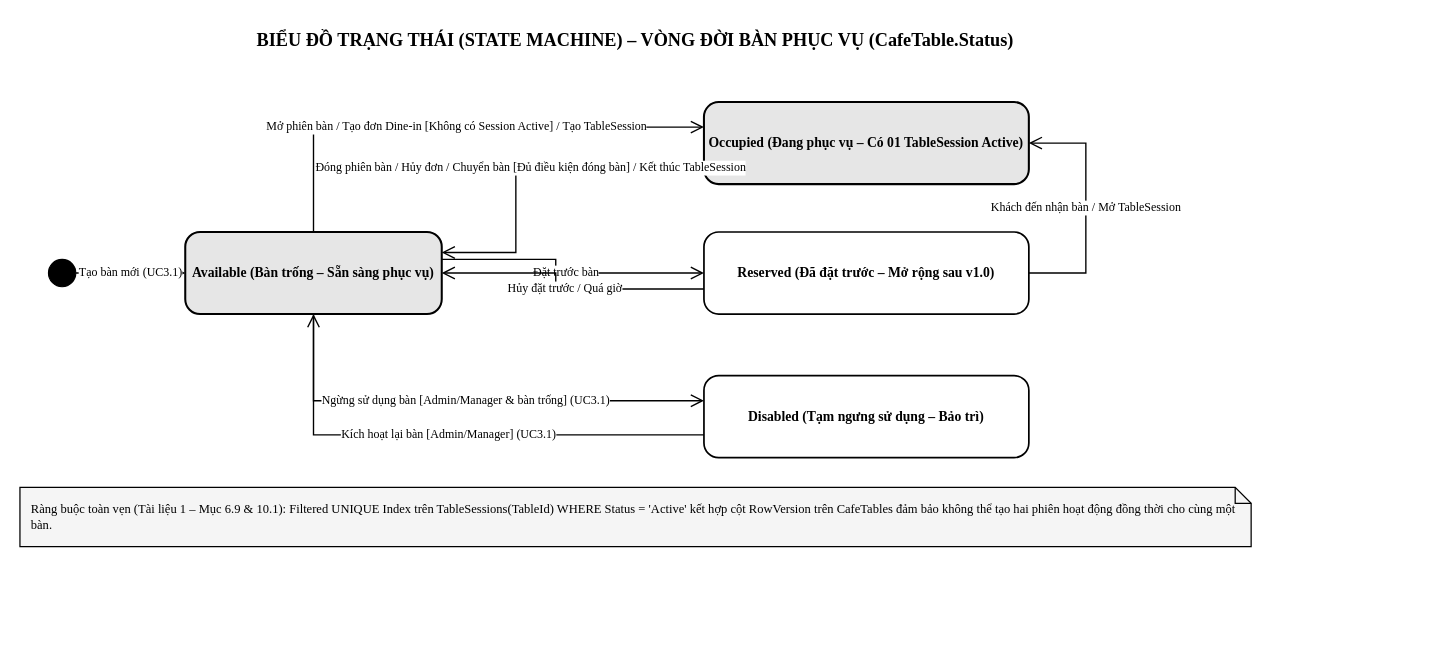
The draw.io diagram BaoCao_BearCafe/diagrams/24_State_CafeTable.drawio in Storqh/CNPM, before the edit. Source tidied: cells renumbered, new cells numbered last; positions are measured from the earlier drawing's top-left corner, leaving out a move shared by most shapes. Both pictures are drawn from the tidied source at 114%, with x=0, y=0 at pixel (19, 19).
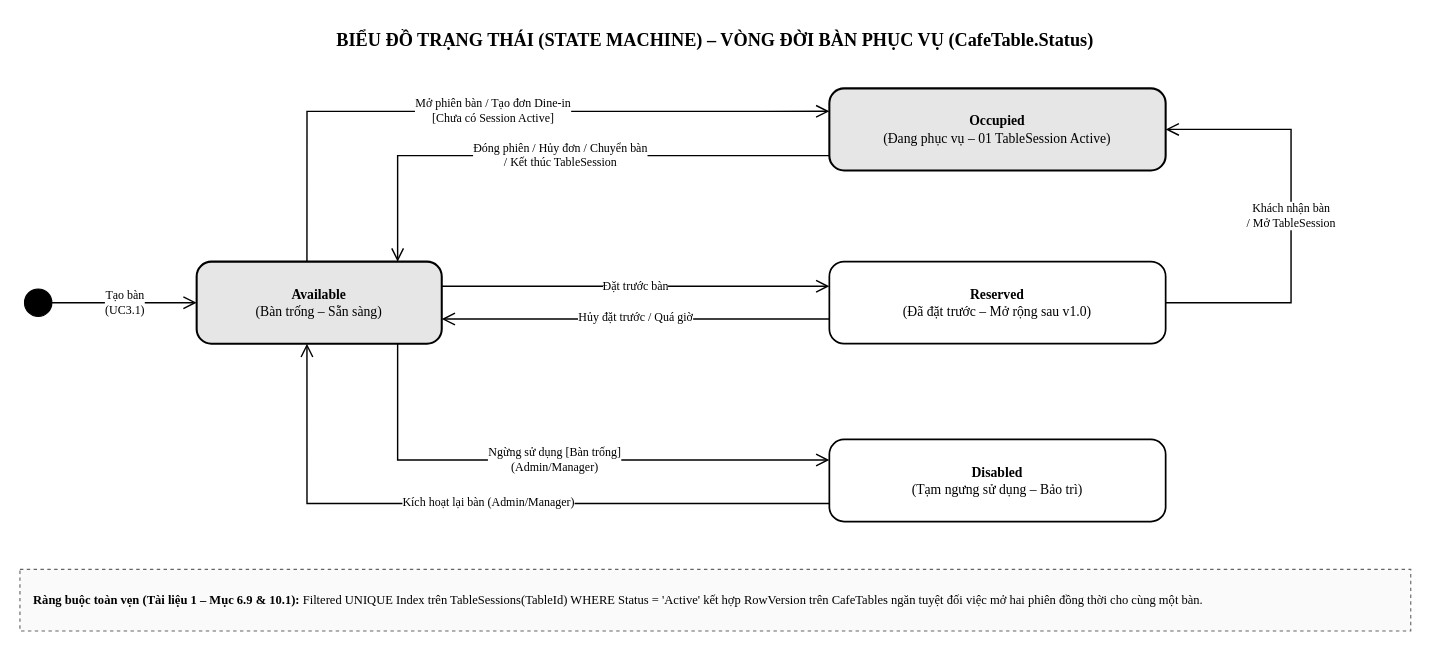
The same page after the edit.

Diff of the diagram source:
```diff
@@
     <mxCell id="2" value="BIỂU ĐỒ TRẠNG THÁI (STATE MACHINE) – VÒNG ĐỜI BÀN PHỤC VỤ (CafeTable.Status)" style="text;html=1;strokeColor=none;fillColor=none;align=center;verticalAlign=middle;whiteSpace=wrap;fontFamily=Times New Roman;fontSize=16;fontStyle=1;fontColor=#000000;" parent="1" vertex="1">
-      <mxGeometry width="1080" height="34" as="geometry" />
+      <mxGeometry width="1220" height="34" as="geometry" />
     </mxCell>
     <mxCell id="3" style="ellipse;whiteSpace=wrap;html=1;fillColor=#000000;strokeColor=#000000;" parent="1" vertex="1">
-      <mxGeometry x="25" y="210" width="24" height="24" as="geometry" />
+      <mxGeometry x="4" y="236" width="24" height="24" as="geometry" />
     </mxCell>
-    <mxCell id="4" value="Available (Bàn trống – Sẵn sàng phục vụ)" style="rounded=1;arcSize=18;whiteSpace=wrap;html=1;fillColor=#E6E6E6;strokeColor=#000000;strokeWidth=1.8;fontFamily=Times New Roman;fontSize=12;fontStyle=1;fontColor=#000000;align=center;verticalAlign=middle;" parent="1" vertex="1">
-      <mxGeometry x="145" y="186" width="225" height="72" as="geometry" />
+    <mxCell id="4" value="&lt;b&gt;Available&lt;/b&gt;&lt;br/&gt;(Bàn trống – Sẵn sàng)" style="rounded=1;arcSize=18;whiteSpace=wrap;html=1;fillColor=#E6E6E6;strokeColor=#000000;strokeWidth=1.8;fontFamily=Times New Roman;fontSize=12;fontColor=#000000;align=center;verticalAlign=middle;spacing=4;" parent="1" vertex="1">
+      <mxGeometry x="155" y="212" width="215" height="72" as="geometry" />
     </mxCell>
-    <mxCell id="5" value="Occupied (Đang phục vụ – Có 01 TableSession Active)" style="rounded=1;arcSize=18;whiteSpace=wrap;html=1;fillColor=#E6E6E6;strokeColor=#000000;strokeWidth=1.8;fontFamily=Times New Roman;fontSize=12;fontStyle=1;fontColor=#000000;align=center;verticalAlign=middle;" parent="1" vertex="1">
-      <mxGeometry x="600" y="72" width="285" height="72" as="geometry" />
+    <mxCell id="5" value="&lt;b&gt;Occupied&lt;/b&gt;&lt;br/&gt;(Đang phục vụ – 01 TableSession Active)" style="rounded=1;arcSize=18;whiteSpace=wrap;html=1;fillColor=#E6E6E6;strokeColor=#000000;strokeWidth=1.8;fontFamily=Times New Roman;fontSize=12;fontColor=#000000;align=center;verticalAlign=middle;spacing=4;" parent="1" vertex="1">
+      <mxGeometry x="710" y="60" width="295" height="72" as="geometry" />
     </mxCell>
-    <mxCell id="6" value="Reserved (Đã đặt trước – Mở rộng sau v1.0)" style="rounded=1;arcSize=18;whiteSpace=wrap;html=1;fillColor=#FFFFFF;strokeColor=#000000;strokeWidth=1.5;fontFamily=Times New Roman;fontSize=12;fontStyle=1;fontColor=#000000;align=center;verticalAlign=middle;" parent="1" vertex="1">
-      <mxGeometry x="600" y="186" width="285" height="72" as="geometry" />
+    <mxCell id="6" value="&lt;b&gt;Reserved&lt;/b&gt;&lt;br/&gt;(Đã đặt trước – Mở rộng sau v1.0)" style="rounded=1;arcSize=18;whiteSpace=wrap;html=1;fillColor=#FFFFFF;strokeColor=#000000;strokeWidth=1.5;fontFamily=Times New Roman;fontSize=12;fontColor=#000000;align=center;verticalAlign=middle;spacing=4;" parent="1" vertex="1">
+      <mxGeometry x="710" y="212" width="295" height="72" as="geometry" />
     </mxCell>
-    <mxCell id="7" value="Disabled (Tạm ngưng sử dụng – Bảo trì)" style="rounded=1;arcSize=18;whiteSpace=wrap;html=1;fillColor=#FFFFFF;strokeColor=#000000;strokeWidth=1.5;fontFamily=Times New Roman;fontSize=12;fontStyle=1;fontColor=#000000;align=center;verticalAlign=middle;" parent="1" vertex="1">
-      <mxGeometry x="600" y="312" width="285" height="72" as="geometry" />
+    <mxCell id="7" value="&lt;b&gt;Disabled&lt;/b&gt;&lt;br/&gt;(Tạm ngưng sử dụng – Bảo trì)" style="rounded=1;arcSize=18;whiteSpace=wrap;html=1;fillColor=#FFFFFF;strokeColor=#000000;strokeWidth=1.5;fontFamily=Times New Roman;fontSize=12;fontColor=#000000;align=center;verticalAlign=middle;spacing=4;" parent="1" vertex="1">
+      <mxGeometry x="710" y="368" width="295" height="72" as="geometry" />
     </mxCell>
-    <mxCell id="8" value="Tạo bàn mới (UC3.1)" style="edgeStyle=orthogonalEdgeStyle;rounded=0;jettySize=auto;html=1;endArrow=open;endSize=9;strokeColor=#000000;strokeWidth=1.2;fontFamily=Times New Roman;fontSize=10.5;fontColor=#000000;labelBackgroundColor=#FFFFFF;" parent="1" edge="1" source="3" target="4">
+    <mxCell id="8" value="Tạo bàn&lt;br/&gt;(UC3.1)" style="edgeStyle=orthogonalEdgeStyle;rounded=0;jettySize=auto;html=1;endArrow=open;endSize=9;strokeColor=#000000;strokeWidth=1.25;fontFamily=Times New Roman;fontSize=10.5;fontColor=#000000;labelBackgroundColor=#FFFFFF;exitX=1;exitY=0.5;entryX=0;entryY=0.5;" parent="1" edge="1" source="3" target="4">
       <mxGeometry relative="1" as="geometry" />
     </mxCell>
-    <mxCell id="9" value="Mở phiên bàn / Tạo đơn Dine-in [Không có Session Active] / Tạo TableSession" style="edgeStyle=orthogonalEdgeStyle;rounded=0;jettySize=auto;html=1;endArrow=open;endSize=9;strokeColor=#000000;strokeWidth=1.2;fontFamily=Times New Roman;fontSize=10.5;fontColor=#000000;labelBackgroundColor=#FFFFFF;" parent="1" edge="1" source="4" target="5">
+    <mxCell id="9" value="Mở phiên bàn / Tạo đơn Dine-in&lt;br/&gt;[Chưa có Session Active]" style="edgeStyle=orthogonalEdgeStyle;rounded=0;jettySize=auto;html=1;endArrow=open;endSize=9;strokeColor=#000000;strokeWidth=1.25;fontFamily=Times New Roman;fontSize=10.5;fontColor=#000000;labelBackgroundColor=#FFFFFF;exitX=0.45;exitY=0;entryX=0;entryY=0.28;" parent="1" edge="1" source="4" target="5">
       <mxGeometry relative="1" as="geometry">
         <Array as="points">
-          <mxPoint x="257" y="94" />
+          <mxPoint x="252" y="80" />
         </Array>
       </mxGeometry>
     </mxCell>
-    <mxCell id="10" value="Đóng phiên bàn / Hủy đơn / Chuyển bàn [Đủ điều kiện đóng bàn] / Kết thúc TableSession" style="edgeStyle=orthogonalEdgeStyle;rounded=0;jettySize=auto;html=1;endArrow=open;endSize=9;strokeColor=#000000;strokeWidth=1.2;fontFamily=Times New Roman;fontSize=10.5;fontColor=#000000;labelBackgroundColor=#FFFFFF;" parent="1" edge="1" source="5" target="4">
+    <mxCell id="10" value="Đóng phiên / Hủy đơn / Chuyển bàn&lt;br/&gt;/ Kết thúc TableSession" style="edgeStyle=orthogonalEdgeStyle;rounded=0;jettySize=auto;html=1;endArrow=open;endSize=9;strokeColor=#000000;strokeWidth=1.25;fontFamily=Times New Roman;fontSize=10.5;fontColor=#000000;labelBackgroundColor=#FFFFFF;exitX=0;exitY=0.82;entryX=0.82;entryY=0;" parent="1" edge="1" source="5" target="4">
       <mxGeometry relative="1" as="geometry">
         <Array as="points">
-          <mxPoint x="435" y="130" />
-          <mxPoint x="435" y="204" />
+          <mxPoint x="331" y="119" />
         </Array>
       </mxGeometry>
     </mxCell>
-    <mxCell id="11" value="Đặt trước bàn" style="edgeStyle=orthogonalEdgeStyle;rounded=0;jettySize=auto;html=1;endArrow=open;endSize=9;strokeColor=#000000;strokeWidth=1.2;fontFamily=Times New Roman;fontSize=10.5;fontColor=#000000;labelBackgroundColor=#FFFFFF;" parent="1" edge="1" source="4" target="6">
-      <mxGeometry relative="1" as="geometry">
-        <Array as="points">
-          <mxPoint x="470" y="210" />
-        </Array>
-      </mxGeometry>
+    <mxCell id="11" value="Đặt trước bàn" style="edgeStyle=orthogonalEdgeStyle;rounded=0;jettySize=auto;html=1;endArrow=open;endSize=9;strokeColor=#000000;strokeWidth=1.25;fontFamily=Times New Roman;fontSize=10.5;fontColor=#000000;labelBackgroundColor=#FFFFFF;exitX=1;exitY=0.3;entryX=0;entryY=0.3;" parent="1" edge="1" source="4" target="6">
+      <mxGeometry relative="1" as="geometry" />
     </mxCell>
-    <mxCell id="12" value="Hủy đặt trước / Quá giờ" style="edgeStyle=orthogonalEdgeStyle;rounded=0;jettySize=auto;html=1;endArrow=open;endSize=9;strokeColor=#000000;strokeWidth=1.2;fontFamily=Times New Roman;fontSize=10.5;fontColor=#000000;labelBackgroundColor=#FFFFFF;" parent="1" edge="1" source="6" target="4">
-      <mxGeometry relative="1" as="geometry">
-        <Array as="points">
-          <mxPoint x="470" y="236" />
-        </Array>
-      </mxGeometry>
+    <mxCell id="12" value="Hủy đặt trước / Quá giờ" style="edgeStyle=orthogonalEdgeStyle;rounded=0;jettySize=auto;html=1;endArrow=open;endSize=9;strokeColor=#000000;strokeWidth=1.25;fontFamily=Times New Roman;fontSize=10.5;fontColor=#000000;labelBackgroundColor=#FFFFFF;exitX=0;exitY=0.7;entryX=1;entryY=0.7;" parent="1" edge="1" source="6" target="4">
+      <mxGeometry relative="1" as="geometry" />
     </mxCell>
-    <mxCell id="13" value="Khách đến nhận bàn / Mở TableSession" style="edgeStyle=orthogonalEdgeStyle;rounded=0;jettySize=auto;html=1;endArrow=open;endSize=9;strokeColor=#000000;strokeWidth=1.2;fontFamily=Times New Roman;fontSize=10.5;fontColor=#000000;labelBackgroundColor=#FFFFFF;" parent="1" edge="1" source="6" target="5">
+    <mxCell id="13" value="Khách nhận bàn&lt;br/&gt;/ Mở TableSession" style="edgeStyle=orthogonalEdgeStyle;rounded=0;jettySize=auto;html=1;endArrow=open;endSize=9;strokeColor=#000000;strokeWidth=1.25;fontFamily=Times New Roman;fontSize=10.5;fontColor=#000000;labelBackgroundColor=#FFFFFF;exitX=1;exitY=0.5;entryX=1;entryY=0.5;" parent="1" edge="1" source="6" target="5">
       <mxGeometry relative="1" as="geometry">
         <Array as="points">
-          <mxPoint x="935" y="222" />
-          <mxPoint x="935" y="108" />
+          <mxPoint x="1115" y="248" />
+          <mxPoint x="1115" y="96" />
         </Array>
       </mxGeometry>
     </mxCell>
-    <mxCell id="14" value="Ngừng sử dụng bàn [Admin/Manager &amp; bàn trống] (UC3.1)" style="edgeStyle=orthogonalEdgeStyle;rounded=0;jettySize=auto;html=1;endArrow=open;endSize=9;strokeColor=#000000;strokeWidth=1.2;fontFamily=Times New Roman;fontSize=10.5;fontColor=#000000;labelBackgroundColor=#FFFFFF;" parent="1" edge="1" source="4" target="7">
+    <mxCell id="14" value="Ngừng sử dụng [Bàn trống]&lt;br/&gt;(Admin/Manager)" style="edgeStyle=orthogonalEdgeStyle;rounded=0;jettySize=auto;html=1;endArrow=open;endSize=9;strokeColor=#000000;strokeWidth=1.25;fontFamily=Times New Roman;fontSize=10.5;fontColor=#000000;labelBackgroundColor=#FFFFFF;exitX=0.82;exitY=1;entryX=0;entryY=0.25;" parent="1" edge="1" source="4" target="7">
       <mxGeometry relative="1" as="geometry">
         <Array as="points">
-          <mxPoint x="257" y="334" />
+          <mxPoint x="331" y="386" />
         </Array>
       </mxGeometry>
     </mxCell>
-    <mxCell id="15" value="Kích hoạt lại bàn [Admin/Manager] (UC3.1)" style="edgeStyle=orthogonalEdgeStyle;rounded=0;jettySize=auto;html=1;endArrow=open;endSize=9;strokeColor=#000000;strokeWidth=1.2;fontFamily=Times New Roman;fontSize=10.5;fontColor=#000000;labelBackgroundColor=#FFFFFF;" parent="1" edge="1" source="7" target="4">
+    <mxCell id="15" value="Kích hoạt lại bàn (Admin/Manager)" style="edgeStyle=orthogonalEdgeStyle;rounded=0;jettySize=auto;html=1;endArrow=open;endSize=9;strokeColor=#000000;strokeWidth=1.25;fontFamily=Times New Roman;fontSize=10.5;fontColor=#000000;labelBackgroundColor=#FFFFFF;exitX=0;exitY=0.78;entryX=0.45;entryY=1;" parent="1" edge="1" source="7" target="4">
       <mxGeometry relative="1" as="geometry">
         <Array as="points">
-          <mxPoint x="425" y="364" />
-          <mxPoint x="220" y="364" />
+          <mxPoint x="252" y="424" />
         </Array>
       </mxGeometry>
     </mxCell>
-    <mxCell id="16" value="Ràng buộc toàn vẹn (Tài liệu 1 – Mục 6.9 &amp; 10.1): Filtered UNIQUE Index trên TableSessions(TableId) WHERE Status = 'Active' kết hợp cột RowVersion trên CafeTables đảm bảo không thể tạo hai phiên hoạt động đồng thời cho cùng một bàn." style="shape=note;whiteSpace=wrap;html=1;backgroundOutline=1;size=14;fillColor=#F5F5F5;strokeColor=#000000;strokeWidth=1.1;fontFamily=Times New Roman;fontSize=11;fontColor=#000000;align=left;spacingLeft=8;spacingRight=6;verticalAlign=middle;" parent="1" vertex="1">
-      <mxGeometry y="410" width="1080" height="52" as="geometry" />
+    <mxCell id="16" value="&lt;b&gt;Ràng buộc toàn vẹn (Tài liệu 1 – Mục 6.9 &amp;amp; 10.1):&lt;/b&gt; Filtered UNIQUE Index trên TableSessions(TableId) WHERE Status = 'Active' kết hợp RowVersion trên CafeTables ngăn tuyệt đối việc mở hai phiên đồng thời cho cùng một bàn." style="rounded=0;whiteSpace=wrap;html=1;fillColor=#FAFAFA;strokeColor=#666666;strokeWidth=1;dashed=1;fontFamily=Times New Roman;fontSize=11;fontColor=#000000;align=left;spacingLeft=10;spacingRight=8;verticalAlign=middle;" parent="1" vertex="1">
+      <mxGeometry y="482" width="1220" height="54" as="geometry" />
     </mxCell>
```
